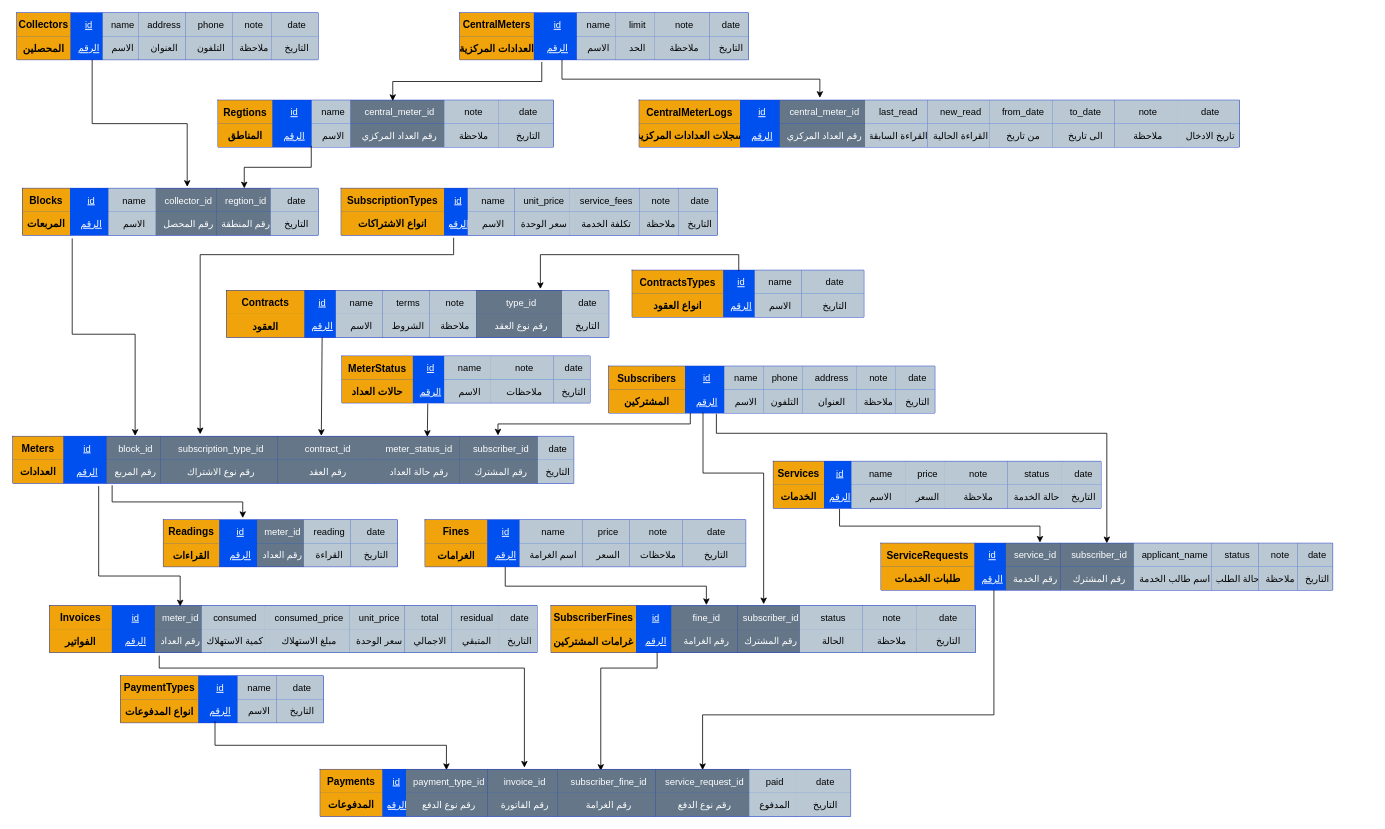
This is page "ERD" (1 of 4) of Draw/DB_ERD.drawio from hashalshami/Energy-Station-System, a draw.io file, before an edit. Source tidied: cells renumbered, new cells numbered last; positions are measured from the earlier drawing's top-left corner, leaving out a move shared by most shapes. Both pictures are drawn from the tidied source at 78%, with x=0, y=0 at pixel (12, 12).
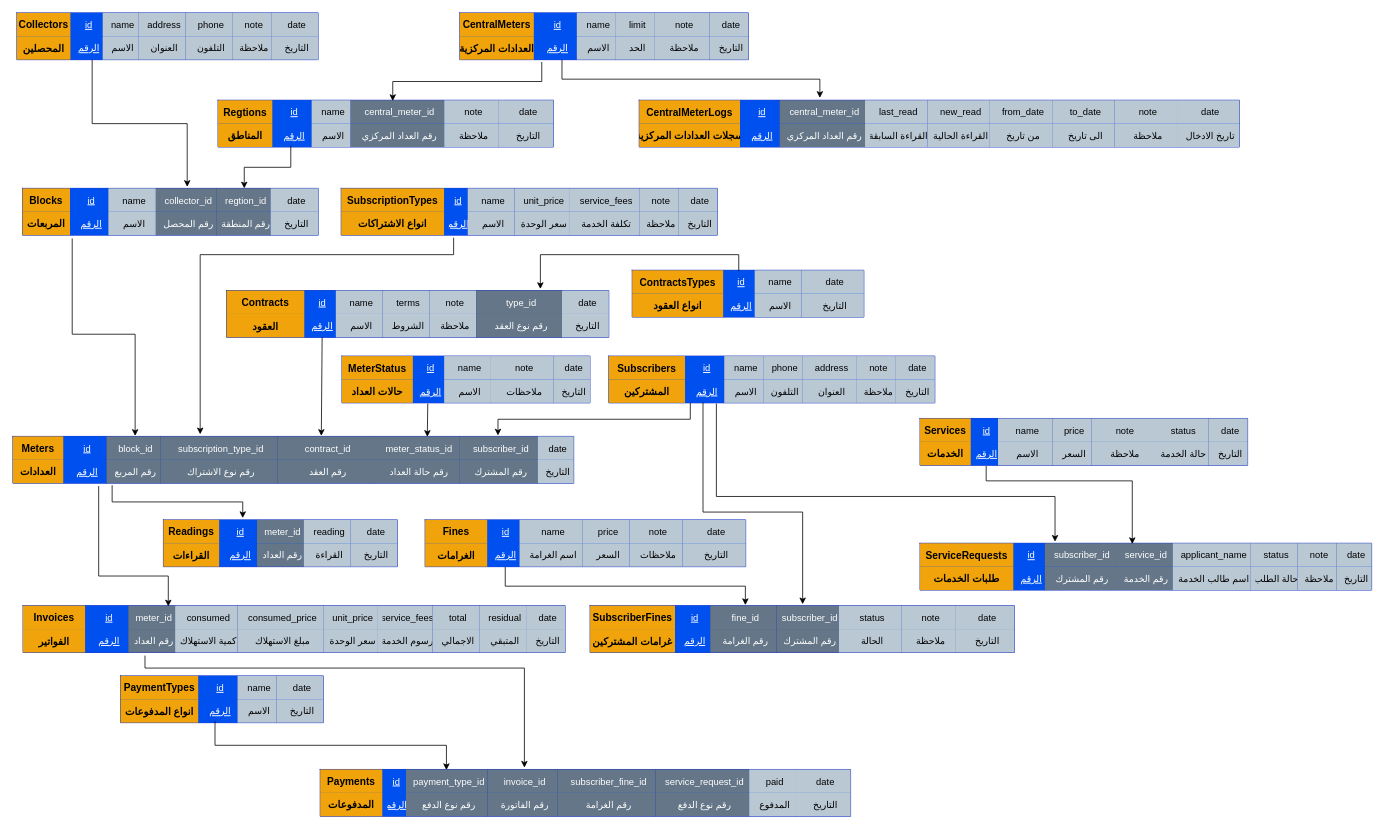
The same page after the edit.

Unchanged cells that the change refers to:
```xml
<mxCell id="19" style="shape=table;startSize=0;childLayout=tableLayout;rowLines=0;fontStyle=0;align=center;strokeColor=light-dark(#001DBC,#000000);fillColor=#0050ef;fontColor=#ffffff;" parent="1" vertex="1">
  <mxGeometry x="263" y="112" width="430" height="60" as="geometry" />
</mxCell>
<mxCell id="27" style="shape=tableRow;horizontal=0;startSize=0;swimlaneHead=0;swimlaneBody=0;fillColor=none;points=[[0,0.5],[1,0.5]];portConstraint=eastwest;top=0;left=0;right=0;bottom=0;" parent="19" vertex="1">
  <mxGeometry y="30" width="430" height="30" as="geometry" />
</mxCell>
<mxCell id="34" style="shape=table;startSize=0;childLayout=tableLayout;rowLines=0;fontStyle=0;align=center;strokeColor=light-dark(#001DBC,#000000);fillColor=#0050ef;fontColor=#ffffff;" parent="1" vertex="1">
  <mxGeometry x="12.4" y="225" width="379" height="60" as="geometry" />
</mxCell>
<mxCell id="88" style="shape=tableRow;horizontal=0;startSize=0;swimlaneHead=0;swimlaneBody=0;fillColor=none;points=[[0,0.5],[1,0.5]];portConstraint=eastwest;top=0;left=0;right=0;bottom=0;" parent="79" vertex="1">
  <mxGeometry y="30" width="418" height="30" as="geometry" />
</mxCell>
<mxCell id="193" style="shape=tableRow;horizontal=0;startSize=0;swimlaneHead=0;swimlaneBody=0;fillColor=none;points=[[0,0.5],[1,0.5]];portConstraint=eastwest;top=0;left=0;right=0;bottom=0;" parent="184" vertex="1">
  <mxGeometry y="30" width="420" height="30" as="geometry" />
</mxCell>
<mxCell id="202" style="shape=tableRow;horizontal=0;startSize=0;swimlaneHead=0;swimlaneBody=0;fillColor=none;points=[[0,0.5],[1,0.5]];portConstraint=eastwest;top=0;left=0;right=0;bottom=0;" parent="201" vertex="1">
  <mxGeometry width="579" height="30" as="geometry" />
</mxCell>
<mxCell id="211" style="shape=tableRow;horizontal=0;startSize=0;swimlaneHead=0;swimlaneBody=0;fillColor=none;top=0;left=0;right=0;bottom=0;" parent="201" vertex="1">
  <mxGeometry y="30" width="579" height="30" as="geometry" />
</mxCell>
<mxCell id="248" style="shape=tableRow;horizontal=0;startSize=0;swimlaneHead=0;swimlaneBody=0;fillColor=none;points=[[0,0.5],[1,0.5]];portConstraint=eastwest;top=0;left=0;right=0;bottom=0;" parent="247" vertex="1">
  <mxGeometry width="544" height="30" as="geometry" />
</mxCell>
<mxCell id="313" style="shape=tableRow;horizontal=0;startSize=0;swimlaneHead=0;swimlaneBody=0;fillColor=none;points=[[0,0.5],[1,0.5]];portConstraint=eastwest;top=0;left=0;right=0;bottom=0;" parent="312" vertex="1">
  <mxGeometry width="680" height="30" as="geometry" />
</mxCell>
```

Change to the diagram source:
```diff
@@
     <mxCell id="79" style="shape=table;startSize=0;childLayout=tableLayout;rowLines=0;fontStyle=0;align=center;strokeColor=light-dark(#001DBC,#000000);fillColor=#0050ef;fontColor=#ffffff;" parent="1" vertex="1">
-      <mxGeometry x="764" y="453" width="418" height="60" as="geometry" />
+      <mxGeometry x="764" y="440" width="418" height="60" as="geometry" />
     </mxCell>
@@
     <mxCell id="163" style="shape=table;startSize=0;childLayout=tableLayout;rowLines=0;fontStyle=0;align=center;strokeColor=light-dark(#001DBC,#000000);fillColor=#0050ef;fontColor=#ffffff;" parent="1" vertex="1">
-      <mxGeometry x="47" y="760" width="625" height="60" as="geometry" />
+      <mxGeometry x="13" y="760" width="695" height="60" as="geometry" />
     </mxCell>
     <mxCell id="164" style="shape=tableRow;horizontal=0;startSize=0;swimlaneHead=0;swimlaneBody=0;fillColor=none;points=[[0,0.5],[1,0.5]];portConstraint=eastwest;top=0;left=0;right=0;bottom=0;" parent="163" vertex="1">
-      <mxGeometry width="625" height="30" as="geometry" />
+      <mxGeometry width="695" height="30" as="geometry" />
     </mxCell>
@@
+    <mxCell id="331" value="service_fees" style="shape=partialRectangle;top=0;left=0;bottom=0;right=0;align=center;spacingLeft=6;overflow=hidden;fillColor=#bac8d3;strokeColor=#23445d;verticalAlign=middle;fontFamily=Helvetica;fontSize=12;" parent="164" vertex="1">
+      <mxGeometry x="455" width="70" height="30" as="geometry" />
+    </mxCell>
     <mxCell id="171" value="total" style="shape=partialRectangle;top=0;left=0;bottom=0;right=0;align=center;spacingLeft=6;overflow=hidden;fillColor=#bac8d3;strokeColor=#23445d;verticalAlign=middle;fontFamily=Helvetica;fontSize=12;" parent="164" vertex="1">
-      <mxGeometry x="455" width="60" height="30" as="geometry" />
+      <mxGeometry x="525" width="60" height="30" as="geometry" />
     </mxCell>
     <mxCell id="172" value="residual" style="shape=partialRectangle;top=0;left=0;bottom=0;right=0;align=center;spacingLeft=6;overflow=hidden;fillColor=#bac8d3;strokeColor=#23445d;verticalAlign=middle;fontFamily=Helvetica;fontSize=12;" parent="164" vertex="1">
-      <mxGeometry x="515" width="60" height="30" as="geometry" />
+      <mxGeometry x="585" width="60" height="30" as="geometry" />
     </mxCell>
     <mxCell id="173" value="date" style="shape=partialRectangle;top=0;left=0;bottom=0;right=0;align=center;spacingLeft=6;overflow=hidden;fillColor=#bac8d3;strokeColor=#23445d;verticalAlign=middle;fontFamily=Helvetica;fontSize=12;" parent="164" vertex="1">
-      <mxGeometry x="575" width="50" height="30" as="geometry" />
+      <mxGeometry x="645" width="50" height="30" as="geometry" />
     </mxCell>
     <mxCell id="174" style="shape=tableRow;horizontal=0;startSize=0;swimlaneHead=0;swimlaneBody=0;fillColor=none;top=0;left=0;right=0;bottom=0;" parent="163" vertex="1">
-      <mxGeometry y="30" width="625" height="30" as="geometry" />
+      <mxGeometry y="30" width="695" height="30" as="geometry" />
     </mxCell>
@@
+    <mxCell id="332" value="رسوم الخدمة" style="shape=partialRectangle;top=0;left=0;bottom=0;right=0;align=center;spacingLeft=6;overflow=hidden;fillColor=#bac8d3;strokeColor=#23445d;verticalAlign=middle;fontFamily=Helvetica;fontSize=12;" parent="174" vertex="1">
+      <mxGeometry x="455" width="70" height="30" as="geometry" />
+    </mxCell>
     <mxCell id="181" value="الاجمالي" style="shape=partialRectangle;top=0;left=0;bottom=0;right=0;align=center;spacingLeft=6;overflow=hidden;fillColor=#bac8d3;strokeColor=#23445d;verticalAlign=middle;fontFamily=Helvetica;fontSize=12;" parent="174" vertex="1">
-      <mxGeometry x="455" width="60" height="30" as="geometry" />
+      <mxGeometry x="525" width="60" height="30" as="geometry" />
     </mxCell>
     <mxCell id="182" value="المتبقي" style="shape=partialRectangle;top=0;left=0;bottom=0;right=0;align=center;spacingLeft=6;overflow=hidden;fillColor=#bac8d3;strokeColor=#23445d;verticalAlign=middle;fontFamily=Helvetica;fontSize=12;" parent="174" vertex="1">
-      <mxGeometry x="515" width="60" height="30" as="geometry" />
+      <mxGeometry x="585" width="60" height="30" as="geometry" />
     </mxCell>
     <mxCell id="183" value="التاريخ" style="shape=partialRectangle;top=0;left=0;bottom=0;right=0;align=center;spacingLeft=6;overflow=hidden;fillColor=#bac8d3;strokeColor=#23445d;verticalAlign=middle;fontFamily=Helvetica;fontSize=12;" parent="174" vertex="1">
-      <mxGeometry x="575" width="50" height="30" as="geometry" />
+      <mxGeometry x="645" width="50" height="30" as="geometry" />
     </mxCell>
     <mxCell id="184" style="shape=table;startSize=0;childLayout=tableLayout;rowLines=0;fontStyle=0;align=center;strokeColor=light-dark(#001DBC,#000000);fillColor=#0050ef;fontColor=#ffffff;" parent="1" vertex="1">
-      <mxGeometry x="975" y="575" width="420" height="60" as="geometry" />
+      <mxGeometry x="1163" y="520" width="420" height="60" as="geometry" />
     </mxCell>
@@
     <mxCell id="201" style="shape=table;startSize=0;childLayout=tableLayout;rowLines=0;fontStyle=0;align=center;strokeColor=light-dark(#001DBC,#000000);fillColor=#0050ef;fontColor=#ffffff;" parent="1" vertex="1">
-      <mxGeometry x="1113" y="680" width="579" height="60" as="geometry" />
+      <mxGeometry x="1163" y="680" width="579" height="60" as="geometry" />
     </mxCell>
@@
-    <mxCell id="205" value="service_id" style="shape=partialRectangle;top=0;left=0;bottom=0;right=0;align=center;spacingLeft=6;overflow=hidden;fillColor=#647687;fontColor=#ffffff;strokeColor=#314354;" parent="202" vertex="1">
-      <mxGeometry x="160" width="70" height="30" as="geometry" />
+    <mxCell id="205" value="subscriber_id" style="shape=partialRectangle;top=0;left=0;bottom=0;right=0;align=center;spacingLeft=6;overflow=hidden;fillColor=#647687;fontColor=#ffffff;strokeColor=#314354;" parent="202" vertex="1">
+      <mxGeometry x="160" width="90" height="30" as="geometry" />
     </mxCell>
-    <mxCell id="206" value="subscriber_id" style="shape=partialRectangle;top=0;left=0;bottom=0;right=0;align=center;spacingLeft=6;overflow=hidden;fillColor=#647687;fontColor=#ffffff;strokeColor=#314354;" parent="202" vertex="1">
-      <mxGeometry x="230" width="94" height="30" as="geometry" />
+    <mxCell id="206" value="service_id" style="shape=partialRectangle;top=0;left=0;bottom=0;right=0;align=center;spacingLeft=6;overflow=hidden;fillColor=#647687;fontColor=#ffffff;strokeColor=#314354;" parent="202" vertex="1">
+      <mxGeometry x="250" width="74" height="30" as="geometry" />
     </mxCell>
@@
-    <mxCell id="214" value="رقم الخدمة" style="shape=partialRectangle;top=0;left=0;bottom=0;right=0;align=center;spacingLeft=6;overflow=hidden;fillColor=#647687;fontColor=#ffffff;strokeColor=#314354;" parent="211" vertex="1">
-      <mxGeometry x="160" width="70" height="30" as="geometry" />
+    <mxCell id="214" value="رقم المشترك" style="shape=partialRectangle;top=0;left=0;bottom=0;right=0;align=center;spacingLeft=6;overflow=hidden;fillColor=#647687;fontColor=#ffffff;strokeColor=#314354;" parent="211" vertex="1">
+      <mxGeometry x="160" width="90" height="30" as="geometry" />
     </mxCell>
-    <mxCell id="215" value="رقم المشترك" style="shape=partialRectangle;top=0;left=0;bottom=0;right=0;align=center;spacingLeft=6;overflow=hidden;fillColor=#647687;fontColor=#ffffff;strokeColor=#314354;" parent="211" vertex="1">
-      <mxGeometry x="230" width="94" height="30" as="geometry" />
+    <mxCell id="215" value="رقم الخدمة" style="shape=partialRectangle;top=0;left=0;bottom=0;right=0;align=center;spacingLeft=6;overflow=hidden;fillColor=#647687;fontColor=#ffffff;strokeColor=#314354;" parent="211" vertex="1">
+      <mxGeometry x="250" width="74" height="30" as="geometry" />
     </mxCell>
@@
     <mxCell id="247" style="shape=table;startSize=0;childLayout=tableLayout;rowLines=0;fontStyle=0;align=center;strokeColor=light-dark(#001DBC,#000000);fillColor=#0050ef;fontColor=#ffffff;" parent="1" vertex="1">
-      <mxGeometry x="690" y="760" width="544" height="60" as="geometry" />
+      <mxGeometry x="740" y="760" width="544" height="60" as="geometry" />
     </mxCell>
@@
-    <mxCell id="264" style="edgeStyle=elbowEdgeStyle;html=1;entryX=0.5;entryY=0;entryDx=0;entryDy=0;elbow=vertical;rounded=0;curved=0;exitX=0.33;exitY=1.017;exitDx=0;exitDy=0;exitPerimeter=0;" parent="1" edge="1" source="79" target="201">
+    <mxCell id="264" style="edgeStyle=elbowEdgeStyle;html=1;entryX=0.299;entryY=-0.067;entryDx=0;entryDy=0;elbow=vertical;rounded=0;curved=0;exitX=0.33;exitY=1.017;exitDx=0;exitDy=0;exitPerimeter=0;entryPerimeter=0;" parent="1" edge="1" source="79" target="202">
       <mxGeometry relative="1" as="geometry">
         <Array as="points">
-          <mxPoint x="1063" y="539" />
+          <mxPoint x="1113" y="620" />
         </Array>
       </mxGeometry>
     </mxCell>
@@
-    <mxCell id="269" style="edgeStyle=elbowEdgeStyle;shape=connector;rounded=0;elbow=vertical;html=1;exitX=0.278;exitY=0.977;exitDx=0;exitDy=0;strokeColor=default;align=center;verticalAlign=middle;fontFamily=Helvetica;fontSize=11;fontColor=default;labelBackgroundColor=default;endArrow=classic;entryX=0.75;entryY=0;entryDx=0;entryDy=0;exitPerimeter=0;" parent="1" edge="1" source="19" target="34">
+    <mxCell id="269" style="edgeStyle=elbowEdgeStyle;shape=connector;rounded=0;elbow=vertical;html=1;exitX=0.217;exitY=0.938;exitDx=0;exitDy=0;strokeColor=default;align=center;verticalAlign=middle;fontFamily=Helvetica;fontSize=11;fontColor=default;labelBackgroundColor=default;endArrow=classic;entryX=0.75;entryY=0;entryDx=0;entryDy=0;exitPerimeter=0;" parent="1" edge="1" source="27" target="34">
       <mxGeometry relative="1" as="geometry" />
     </mxCell>
@@
     <mxCell id="305" style="edgeStyle=elbowEdgeStyle;html=1;exitX=0.289;exitY=0.975;exitDx=0;exitDy=0;entryX=0.501;entryY=-0.061;entryDx=0;entryDy=0;entryPerimeter=0;elbow=vertical;rounded=0;curved=0;exitPerimeter=0;" parent="1" edge="1" source="88" target="248">
       <mxGeometry relative="1" as="geometry">
         <Array as="points">
-          <mxPoint x="973" y="590" />
+          <mxPoint x="953" y="640" />
         </Array>
       </mxGeometry>
     </mxCell>
-    <mxCell id="306" style="edgeStyle=elbowEdgeStyle;html=1;exitX=0.25;exitY=1;exitDx=0;exitDy=0;elbow=vertical;rounded=0;curved=0;entryX=0.529;entryY=0.061;entryDx=0;entryDy=0;entryPerimeter=0;" parent="1" edge="1" source="247" target="313">
-      <mxGeometry relative="1" as="geometry">
-        <Array as="points">
-          <mxPoint x="803" y="840" />
-        </Array>
-      </mxGeometry>
-    </mxCell>
-    <mxCell id="307" style="edgeStyle=elbowEdgeStyle;html=1;exitX=0.25;exitY=1;exitDx=0;exitDy=0;rounded=0;elbow=vertical;entryX=0.721;entryY=0.026;entryDx=0;entryDy=0;entryPerimeter=0;" parent="1" edge="1" source="201" target="313">
-      <mxGeometry relative="1" as="geometry">
-        <Array as="points">
-          <mxPoint x="1073" y="900" />
-        </Array>
-      </mxGeometry>
-    </mxCell>
@@
-    <mxCell id="311" style="edgeStyle=elbowEdgeStyle;html=1;exitX=0.202;exitY=1.035;exitDx=0;exitDy=0;entryX=0.352;entryY=-0.026;entryDx=0;entryDy=0;entryPerimeter=0;exitPerimeter=0;rounded=0;elbow=vertical;" parent="1" edge="1" source="193" target="202">
-      <mxGeometry relative="1" as="geometry" />
+    <mxCell id="311" style="edgeStyle=elbowEdgeStyle;html=1;exitX=0.202;exitY=1.035;exitDx=0;exitDy=0;entryX=0.47;entryY=0.033;entryDx=0;entryDy=0;entryPerimeter=0;exitPerimeter=0;rounded=0;elbow=vertical;" parent="1" edge="1" source="193" target="202">
+      <mxGeometry relative="1" as="geometry">
+        <Array as="points">
+          <mxPoint x="1343" y="600" />
+        </Array>
+      </mxGeometry>
     </mxCell>
```
